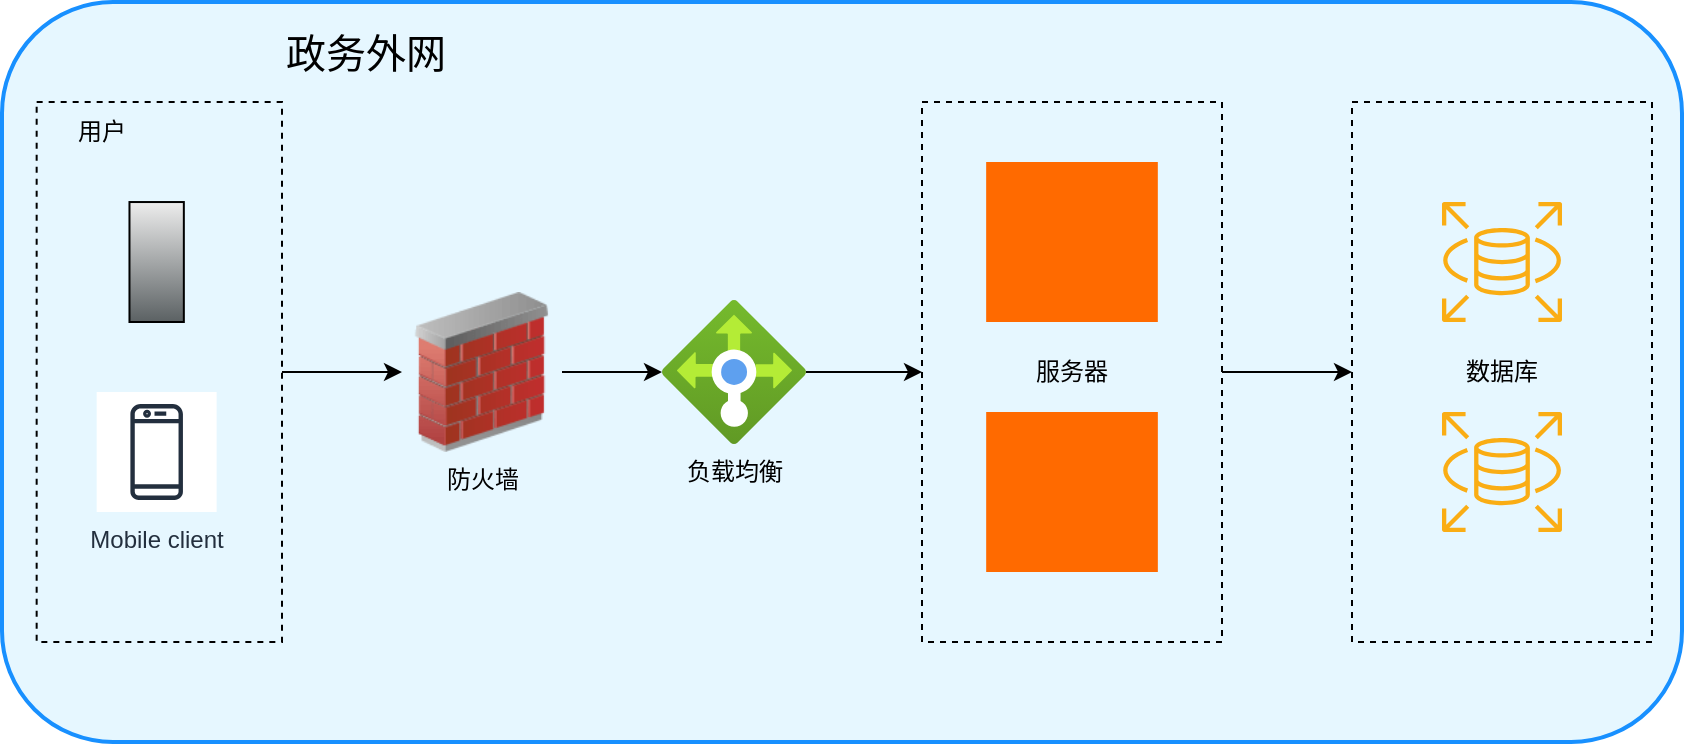
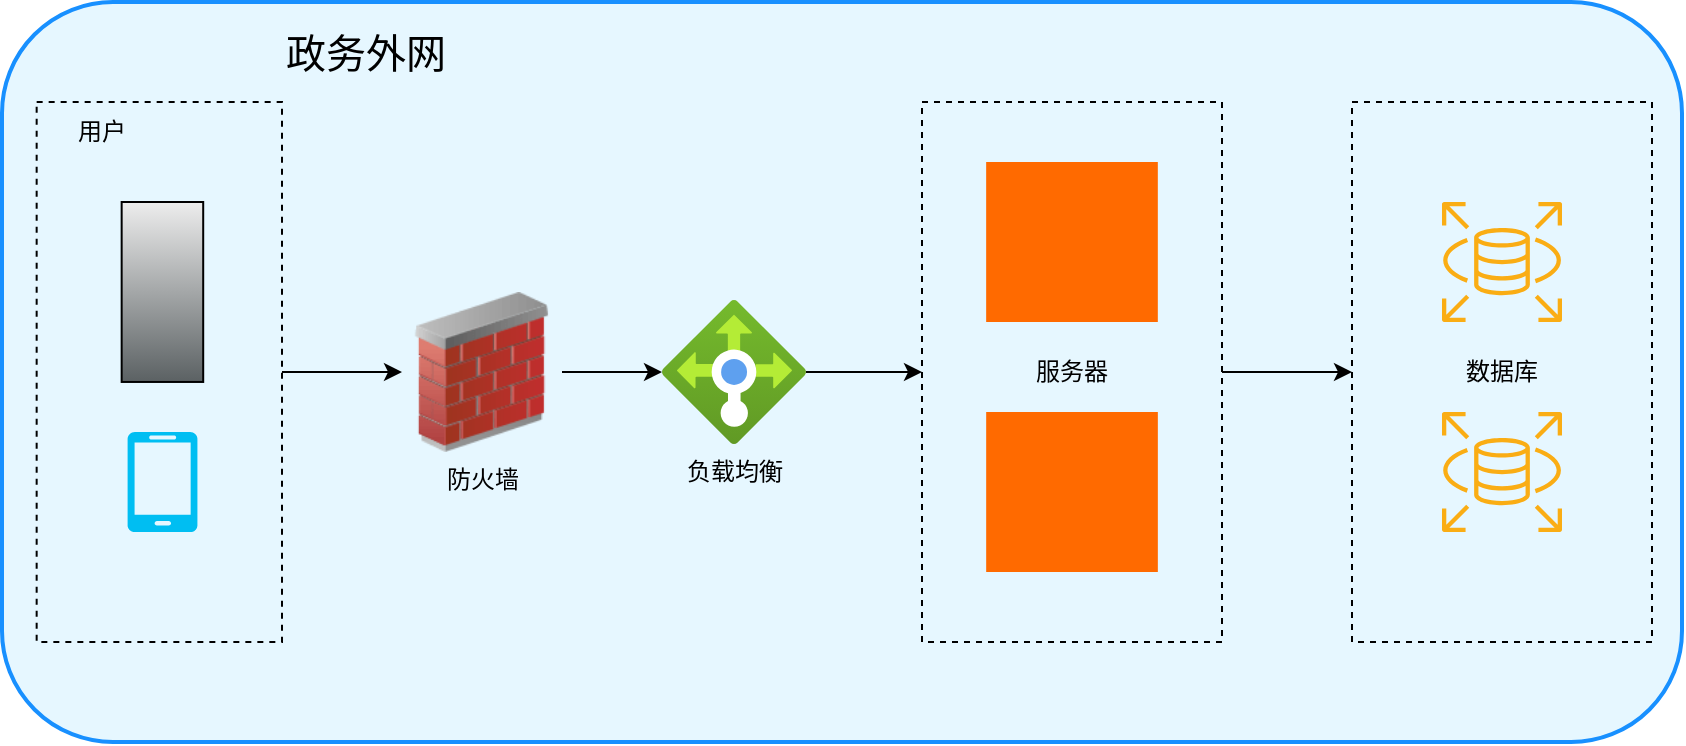
<mxfile host="app.diagrams.net">
  <diagram name="政务内网架构图" id="5ZzNL0nc71fbL6efcmwA">
    <mxGraphModel dx="956" dy="546" grid="1" gridSize="10" guides="1" tooltips="1" connect="1" arrows="1" fold="1" page="1" pageScale="1" pageWidth="827" pageHeight="1169" math="0" shadow="0">
      <root>
        <mxCell id="0" />
        <mxCell id="1" parent="0" />
        <mxCell id="gMykm4wZNnXbt2Ieekzt-1" parent="1" style="rounded=1;whiteSpace=wrap;html=1;fillColor=light-dark(#E6F7FF,#FFFFFF);strokeColor=#1890ff;strokeWidth=2;" value="" vertex="1">
          <mxGeometry height="370" width="840" x="430" y="150" as="geometry" />
        </mxCell>
        <mxCell id="gMykm4wZNnXbt2Ieekzt-19" edge="1" parent="1" source="gMykm4wZNnXbt2Ieekzt-17" style="edgeStyle=orthogonalEdgeStyle;rounded=0;orthogonalLoop=1;jettySize=auto;html=1;strokeColor=light-dark(#000000,#000000);" target="gMykm4wZNnXbt2Ieekzt-18">
          <mxGeometry relative="1" as="geometry" />
        </mxCell>
        <mxCell id="gMykm4wZNnXbt2Ieekzt-17" parent="1" style="rounded=0;whiteSpace=wrap;html=1;fillColor=none;strokeColor=light-dark(#000000,#000000);dashed=1;" value="&lt;font style=&quot;color: light-dark(rgb(0, 0, 0), rgb(0, 0, 0));&quot;&gt;服务器&lt;/font&gt;" vertex="1">
          <mxGeometry height="270" width="150" x="890" y="200" as="geometry" />
        </mxCell>
        <mxCell id="gMykm4wZNnXbt2Ieekzt-18" parent="1" style="rounded=0;whiteSpace=wrap;html=1;fillColor=none;strokeColor=light-dark(#000000,#000000);dashed=1;" value="&lt;font style=&quot;color: light-dark(rgb(0, 0, 0), rgb(0, 0, 0));&quot;&gt;数据库&lt;/font&gt;" vertex="1">
          <mxGeometry height="270" width="150" x="1105" y="200" as="geometry" />
        </mxCell>
        <mxCell id="gMykm4wZNnXbt2Ieekzt-7" parent="1" style="shape=mxgraph.aws4.rds;html=1;strokeColor=#000000;fillColor=#faad14;" value="" vertex="1">
          <mxGeometry height="60" width="60" x="1150" y="250" as="geometry" />
        </mxCell>
        <mxCell id="gMykm4wZNnXbt2Ieekzt-16" parent="1" style="shape=mxgraph.aws4.rds;html=1;strokeColor=#000000;fillColor=#faad14;" value="" vertex="1">
          <mxGeometry height="60" width="60" x="1150" y="355" as="geometry" />
        </mxCell>
        <mxCell id="gMykm4wZNnXbt2Ieekzt-32" edge="1" parent="1" source="gMykm4wZNnXbt2Ieekzt-26" style="edgeStyle=orthogonalEdgeStyle;rounded=0;orthogonalLoop=1;jettySize=auto;html=1;entryX=0;entryY=0.5;entryDx=0;entryDy=0;strokeColor=light-dark(#000000,#000000);" target="gMykm4wZNnXbt2Ieekzt-31">
          <mxGeometry relative="1" as="geometry" />
        </mxCell>
        <mxCell id="gMykm4wZNnXbt2Ieekzt-26" parent="1" style="rounded=0;whiteSpace=wrap;html=1;fillColor=none;strokeColor=light-dark(#000000,#000000);dashed=1;" value="" vertex="1">
          <mxGeometry height="270" width="122.67" x="447.33" y="200" as="geometry" />
        </mxCell>
        <mxCell id="gMykm4wZNnXbt2Ieekzt-23" parent="1" style="shape=mxgraph.networks2.icon;aspect=fixed;fillColor=#EDEDED;strokeColor=#000000;gradientColor=#5B6163;network2IconShadow=1;network2bgFillColor=none;labelPosition=center;verticalLabelPosition=bottom;align=center;verticalAlign=top;network2Icon=mxgraph.networks2.desktop_pc;network2IconXOffset=-0.0034;network2IconYOffset=0.00035;network2IconW=0.453;network2IconH=0.9995;" value="" vertex="1">
-           <mxGeometry height="59.98" width="27.18" x="493.74" y="250.01999999999998" as="geometry" />
-         </mxCell>
-         <mxCell id="gMykm4wZNnXbt2Ieekzt-25" parent="1" style="sketch=0;outlineConnect=0;fontColor=#232F3E;gradientColor=none;strokeColor=#232F3E;fillColor=#ffffff;dashed=0;verticalLabelPosition=bottom;verticalAlign=top;align=center;html=1;fontSize=12;fontStyle=0;aspect=fixed;shape=mxgraph.aws4.resourceIcon;resIcon=mxgraph.aws4.mobile_client;" value="Mobile client" vertex="1">
-           <mxGeometry height="60" width="60" x="477.33" y="345" as="geometry" />
+           <mxGeometry height="89.98" width="40.77" x="489.83" y="250" as="geometry" />
        </mxCell>
        <mxCell id="gMykm4wZNnXbt2Ieekzt-27" parent="1" style="text;html=1;whiteSpace=wrap;strokeColor=none;fillColor=none;align=left;verticalAlign=middle;rounded=0;fontSize=20;fontColor=light-dark(#000000,#000000);" value="政务外网" vertex="1">
          <mxGeometry height="50" width="170" x="570" y="150" as="geometry" />
        </mxCell>
        <mxCell id="gMykm4wZNnXbt2Ieekzt-28" parent="1" style="text;html=1;whiteSpace=wrap;strokeColor=none;fillColor=none;align=center;verticalAlign=middle;rounded=0;fontColor=light-dark(#000000,#000000);" value="用户" vertex="1">
          <mxGeometry height="30" width="60" x="450" y="200" as="geometry" />
        </mxCell>
        <mxCell id="gMykm4wZNnXbt2Ieekzt-35" edge="1" parent="1" source="gMykm4wZNnXbt2Ieekzt-31" style="edgeStyle=orthogonalEdgeStyle;rounded=0;orthogonalLoop=1;jettySize=auto;html=1;strokeColor=light-dark(#000000,#000000);" target="gMykm4wZNnXbt2Ieekzt-34">
          <mxGeometry relative="1" as="geometry" />
        </mxCell>
        <mxCell id="gMykm4wZNnXbt2Ieekzt-31" parent="1" style="image;html=1;image=img/lib/clip_art/networking/Firewall_02_128x128.png;labelBackgroundColor=none;" value="&lt;span style=&quot;&quot;&gt;&lt;font style=&quot;color: light-dark(rgb(0, 0, 0), rgb(0, 0, 0));&quot;&gt;防火墙&lt;/font&gt;&lt;/span&gt;" vertex="1">
          <mxGeometry height="80" width="80" x="630" y="295" as="geometry" />
        </mxCell>
        <mxCell id="gMykm4wZNnXbt2Ieekzt-37" edge="1" parent="1" source="gMykm4wZNnXbt2Ieekzt-34" style="edgeStyle=orthogonalEdgeStyle;rounded=0;orthogonalLoop=1;jettySize=auto;html=1;entryX=0;entryY=0.5;entryDx=0;entryDy=0;strokeColor=light-dark(#000000,#000000);" target="gMykm4wZNnXbt2Ieekzt-17">
          <mxGeometry relative="1" as="geometry" />
        </mxCell>
        <mxCell id="gMykm4wZNnXbt2Ieekzt-34" parent="1" style="image;aspect=fixed;html=1;points=[];align=center;fontSize=12;image=img/lib/azure2/networking/Load_Balancers.svg;fontColor=light-dark(#000000,#000000);labelBackgroundColor=none;" value="&lt;span style=&quot;&quot;&gt;负载&lt;/span&gt;&lt;span&gt;均衡&lt;/span&gt;" vertex="1">
          <mxGeometry height="72" width="72" x="760" y="299" as="geometry" />
        </mxCell>
        <mxCell id="gMykm4wZNnXbt2Ieekzt-38" parent="1" style="points=[];aspect=fixed;html=1;align=center;shadow=0;dashed=0;fillColor=#FF6A00;strokeColor=none;shape=mxgraph.alibaba_cloud.ecs_elastic_compute_service;" value="" vertex="1">
          <mxGeometry height="80" width="85.83" x="922.08" y="230" as="geometry" />
        </mxCell>
        <mxCell id="gMykm4wZNnXbt2Ieekzt-39" parent="1" style="points=[];aspect=fixed;html=1;align=center;shadow=0;dashed=0;fillColor=#FF6A00;strokeColor=none;shape=mxgraph.alibaba_cloud.ecs_elastic_compute_service;" value="" vertex="1">
          <mxGeometry height="80" width="85.83" x="922.09" y="355" as="geometry" />
        </mxCell>
+         <mxCell id="gMykm4wZNnXbt2Ieekzt-46" parent="1" style="verticalLabelPosition=bottom;html=1;verticalAlign=top;align=center;strokeColor=none;fillColor=#00BEF2;shape=mxgraph.azure.mobile;pointerEvents=1;" value="" vertex="1">
+           <mxGeometry height="50" width="35" x="492.71" y="365" as="geometry" />
+         </mxCell>
      </root>
    </mxGraphModel>
  </diagram>
</mxfile>
